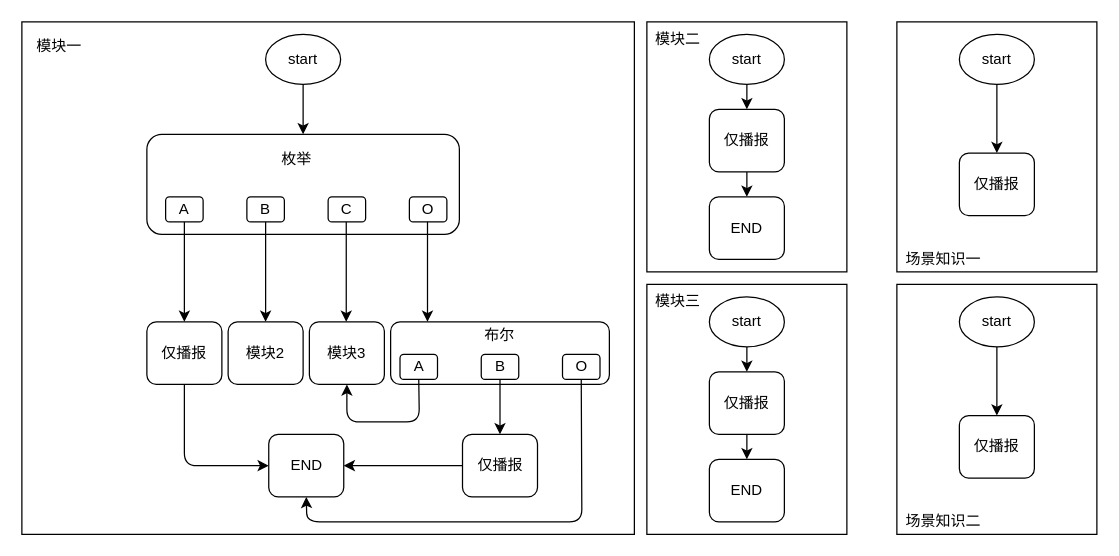
trey03/draw keeps this draw.io diagram as spd.drawio. Above is the earlier version. Source tidied: cells renumbered, new cells numbered last; positions are measured from the earlier drawing's top-left corner, leaving out a move shared by most shapes. Both pictures are drawn from the tidied source at 125%, with x=0, y=0 at pixel (21, 21).
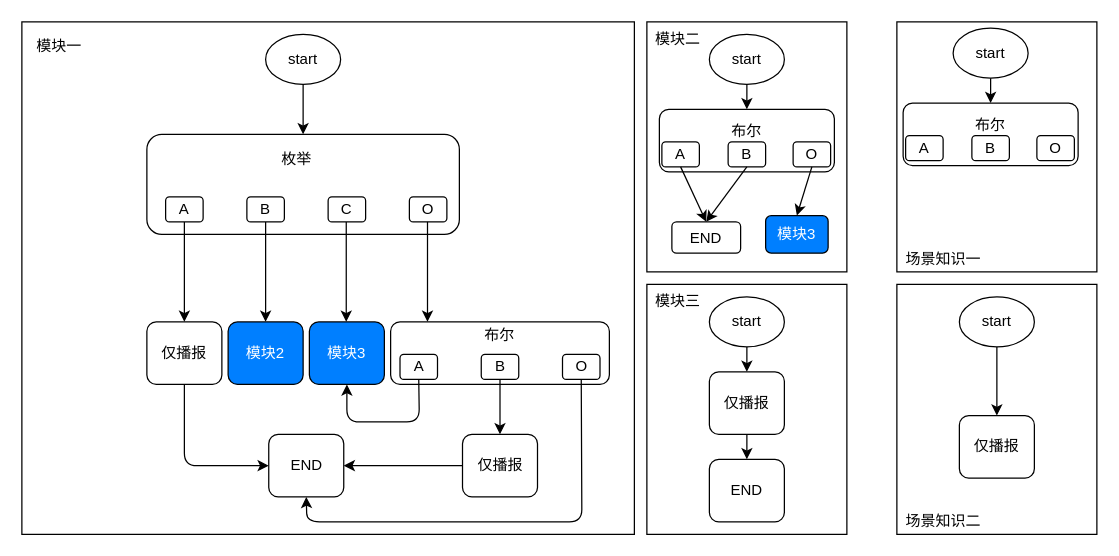
After the change.

The edit, as a diff of the source:
```diff
@@
-    <mxCell id="13" value="模块2" style="rounded=1;whiteSpace=wrap;html=1;" parent="1" vertex="1">
+    <mxCell id="13" value="模块2" style="rounded=1;whiteSpace=wrap;html=1;fillColor=#007FFF;fontColor=#FFFFFF;" parent="1" vertex="1">
       <mxGeometry x="165" y="240" width="60" height="50" as="geometry" />
     </mxCell>
@@
-    <mxCell id="15" value="模块3" style="rounded=1;whiteSpace=wrap;html=1;" parent="1" vertex="1">
+    <mxCell id="15" value="模块3" style="rounded=1;whiteSpace=wrap;html=1;fillColor=#007FFF;fontColor=#FFFFFF;" parent="1" vertex="1">
       <mxGeometry x="230" y="240" width="60" height="50" as="geometry" />
     </mxCell>
@@
-    <mxCell id="33" value="仅播报" style="rounded=1;whiteSpace=wrap;html=1;" parent="1" vertex="1">
-      <mxGeometry x="550" y="70" width="60" height="50" as="geometry" />
+    <mxCell id="33" value="布尔&lt;br&gt;&lt;br&gt;" style="rounded=1;whiteSpace=wrap;html=1;" parent="1" vertex="1">
+      <mxGeometry x="510" y="70" width="140" height="50" as="geometry" />
     </mxCell>
-    <mxCell id="34" value="END" style="rounded=1;whiteSpace=wrap;html=1;" parent="1" vertex="1">
-      <mxGeometry x="550" y="140" width="60" height="50" as="geometry" />
-    </mxCell>
@@
-    <mxCell id="36" style="endArrow=classic;html=1;exitX=0.5;exitY=1;exitDx=0;exitDy=0;entryX=0.5;entryY=0;entryDx=0;entryDy=0;" parent="1" edge="1" source="33" target="34">
-      <mxGeometry relative="1" as="geometry" />
-    </mxCell>
@@
-    <mxCell id="46" value="start" style="ellipse;whiteSpace=wrap;html=1;" parent="1" vertex="1">
-      <mxGeometry x="750" y="10" width="60" height="40" as="geometry" />
-    </mxCell>
-    <mxCell id="47" value="仅播报" style="rounded=1;whiteSpace=wrap;html=1;" parent="1" vertex="1">
-      <mxGeometry x="750" y="105" width="60" height="50" as="geometry" />
-    </mxCell>
-    <mxCell id="48" style="endArrow=classic;html=1;exitX=0.5;exitY=1;exitDx=0;exitDy=0;entryX=0.5;entryY=0;entryDx=0;entryDy=0;" parent="1" edge="1" source="46" target="47">
-      <mxGeometry relative="1" as="geometry" />
-    </mxCell>
@@
+    <mxCell id="54" value="A" style="rounded=1;whiteSpace=wrap;html=1;" parent="1" vertex="1">
+      <mxGeometry x="512" y="96" width="30" height="20" as="geometry" />
+    </mxCell>
+    <mxCell id="55" value="B" style="rounded=1;whiteSpace=wrap;html=1;" parent="1" vertex="1">
+      <mxGeometry x="565" y="96" width="30" height="20" as="geometry" />
+    </mxCell>
+    <mxCell id="56" value="O" style="rounded=1;whiteSpace=wrap;html=1;" parent="1" vertex="1">
+      <mxGeometry x="617" y="96" width="30" height="20" as="geometry" />
+    </mxCell>
+    <mxCell id="57" value="模块3" style="rounded=1;whiteSpace=wrap;html=1;fillColor=#007FFF;fontColor=#FFFFFF;" parent="1" vertex="1">
+      <mxGeometry x="595" y="155" width="50" height="30" as="geometry" />
+    </mxCell>
+    <mxCell id="58" style="endArrow=classic;html=1;exitX=0.5;exitY=1;exitDx=0;exitDy=0;entryX=0.5;entryY=0;entryDx=0;entryDy=0;" parent="1" edge="1" source="54" target="34">
+      <mxGeometry relative="1" as="geometry" />
+    </mxCell>
+    <mxCell id="59" style="endArrow=classic;html=1;exitX=0.5;exitY=1;exitDx=0;exitDy=0;entryX=0.5;entryY=0;entryDx=0;entryDy=0;" parent="1" edge="1" source="55" target="34">
+      <mxGeometry relative="1" as="geometry" />
+    </mxCell>
+    <mxCell id="60" style="endArrow=classic;html=1;exitX=0.5;exitY=1;exitDx=0;exitDy=0;entryX=0.5;entryY=0;entryDx=0;entryDy=0;" parent="1" edge="1" source="56" target="57">
+      <mxGeometry relative="1" as="geometry" />
+    </mxCell>
+    <mxCell id="34" value="END" style="rounded=1;whiteSpace=wrap;html=1;" parent="1" vertex="1">
+      <mxGeometry x="520" y="160" width="55" height="25" as="geometry" />
+    </mxCell>
+    <mxCell id="46" value="start" style="ellipse;whiteSpace=wrap;html=1;" parent="1" vertex="1">
+      <mxGeometry x="745" y="5" width="60" height="40" as="geometry" />
+    </mxCell>
+    <mxCell id="61" value="布尔&lt;br&gt;&lt;br&gt;" style="rounded=1;whiteSpace=wrap;html=1;" parent="1" vertex="1">
+      <mxGeometry x="705" y="65" width="140" height="50" as="geometry" />
+    </mxCell>
+    <mxCell id="62" style="endArrow=classic;html=1;exitX=0.5;exitY=1;exitDx=0;exitDy=0;entryX=0.5;entryY=0;entryDx=0;entryDy=0;" parent="1" edge="1" source="46" target="61">
+      <mxGeometry relative="1" as="geometry" />
+    </mxCell>
+    <mxCell id="63" value="A" style="rounded=1;whiteSpace=wrap;html=1;" parent="1" vertex="1">
+      <mxGeometry x="707" y="91" width="30" height="20" as="geometry" />
+    </mxCell>
+    <mxCell id="64" value="B" style="rounded=1;whiteSpace=wrap;html=1;" parent="1" vertex="1">
+      <mxGeometry x="760" y="91" width="30" height="20" as="geometry" />
+    </mxCell>
+    <mxCell id="65" value="O" style="rounded=1;whiteSpace=wrap;html=1;" parent="1" vertex="1">
+      <mxGeometry x="812" y="91" width="30" height="20" as="geometry" />
+    </mxCell>
```
